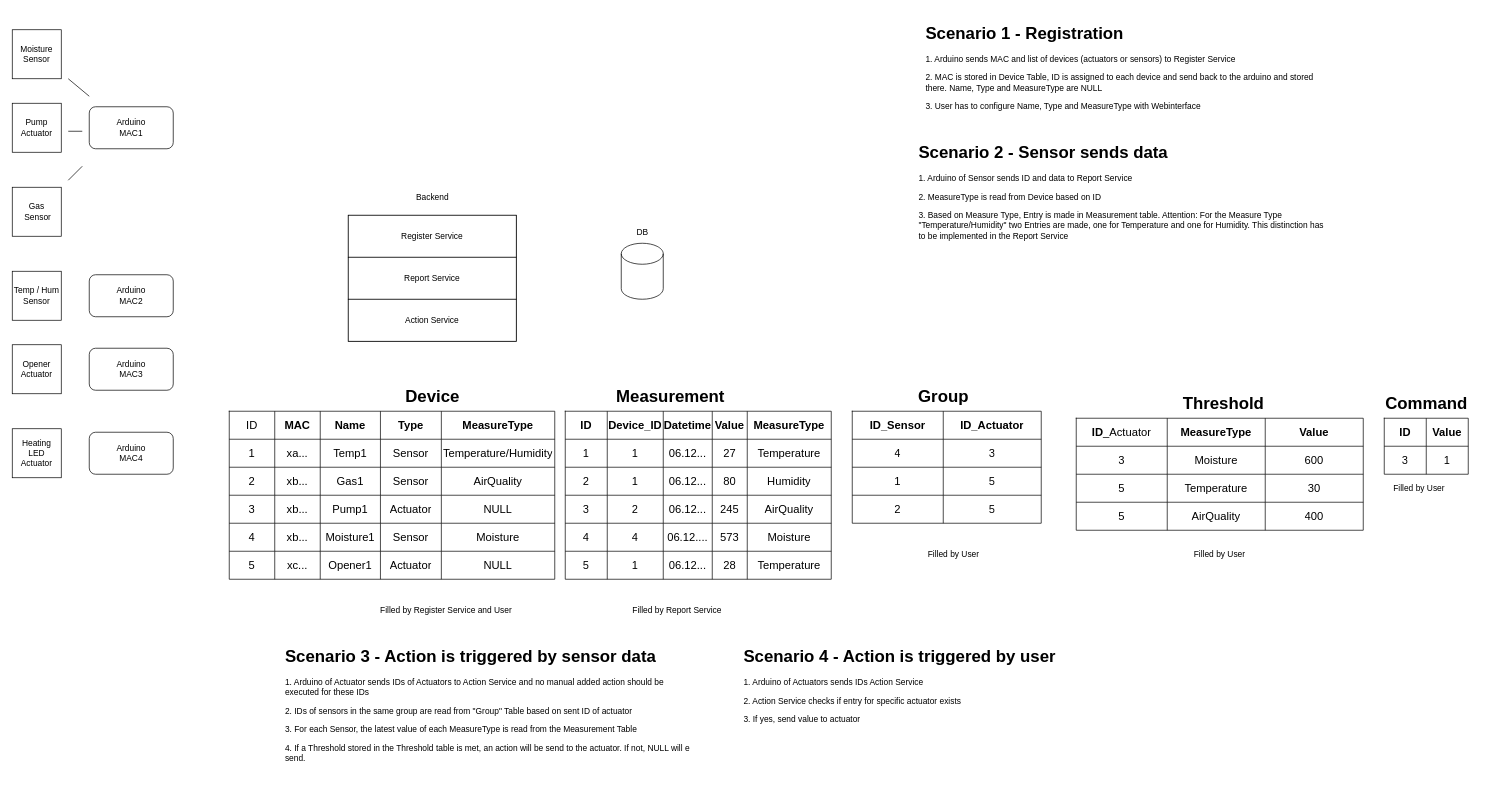
The draw.io diagram documentation/db_and_example_calls_ALTERNATIVE.drawio in JoeTheHammer/SmartGardening, before the edit. Source tidied: cells renumbered, new cells numbered last; positions are measured from the earlier drawing's top-left corner, leaving out a move shared by most shapes. Both pictures are drawn from the tidied source at 70%, with x=0, y=0 at pixel (12, 19).
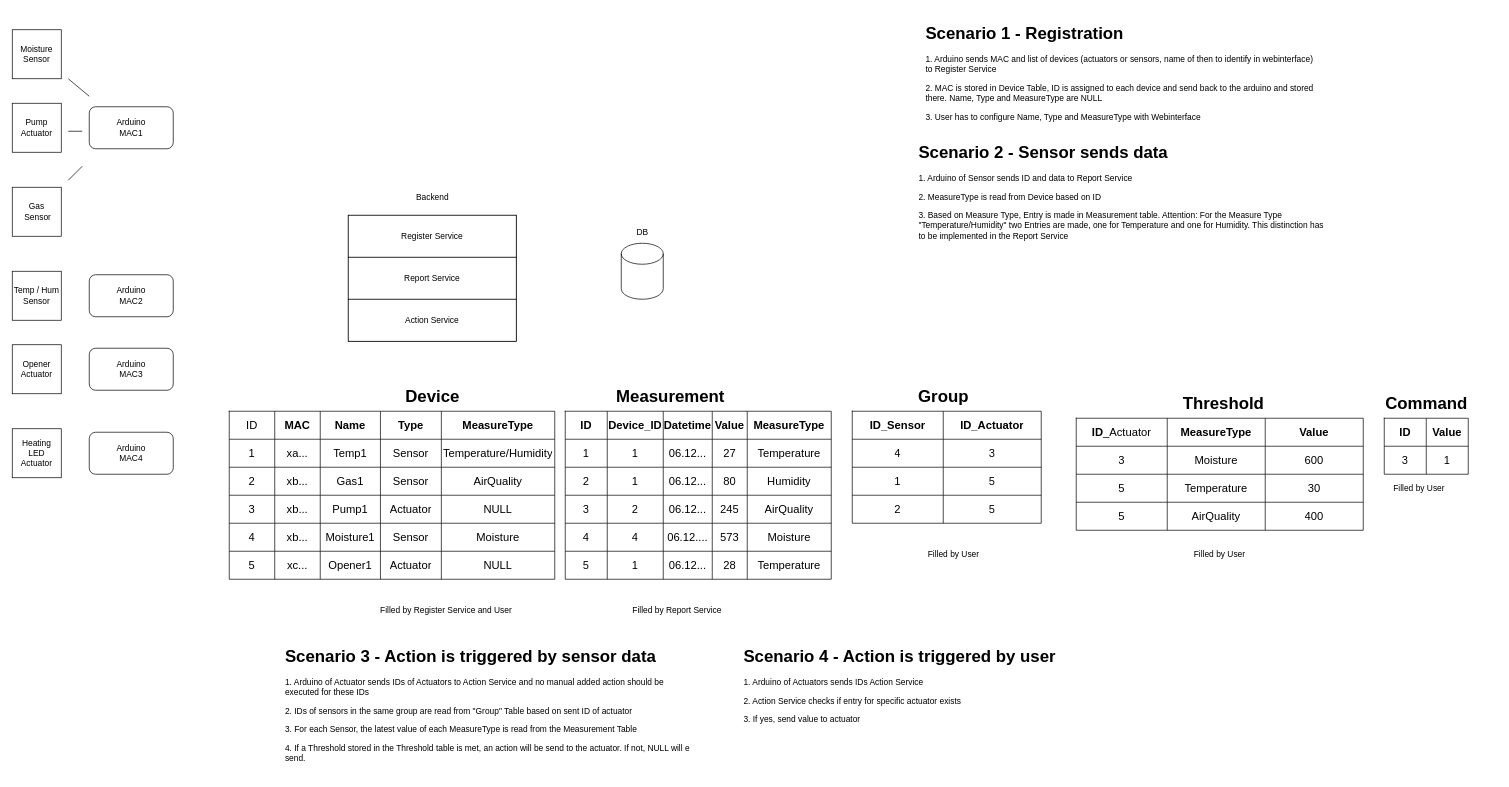
Above is the later version.

Diff of the diagram source:
```diff
@@
-    <mxCell id="142" value="&lt;h1&gt;Scenario 1 - Registration&lt;br&gt;&lt;/h1&gt;&lt;p&gt;1. Arduino sends MAC and list of devices (actuators or sensors) to Register Service&lt;/p&gt;&lt;p&gt;2. MAC is stored in Device Table, ID is assigned to each device and send back to the arduino and stored there. Name, Type and MeasureType are NULL&lt;/p&gt;&lt;p&gt;3. User has to configure Name, Type and MeasureType with Webinterface&lt;br&gt;&lt;/p&gt;" style="text;html=1;strokeColor=none;fillColor=none;spacing=5;spacingTop=-20;whiteSpace=wrap;overflow=hidden;rounded=0;" parent="1" vertex="1">
+    <mxCell id="142" value="&lt;h1&gt;Scenario 1 - Registration&lt;br&gt;&lt;/h1&gt;&lt;p&gt;1. Arduino sends MAC and list of devices (actuators or sensors, name of then to identify in webinterface) to Register Service&lt;/p&gt;&lt;p&gt;2. MAC is stored in Device Table, ID is assigned to each device and send back to the arduino and stored there. Name, Type and MeasureType are NULL&lt;/p&gt;&lt;p&gt;3. User has to configure Name, Type and MeasureType with Webinterface&lt;br&gt;&lt;/p&gt;" style="text;html=1;strokeColor=none;fillColor=none;spacing=5;spacingTop=-20;whiteSpace=wrap;overflow=hidden;rounded=0;" parent="1" vertex="1">
       <mxGeometry x="1300" width="570" height="160" as="geometry" />
     </mxCell>
```
